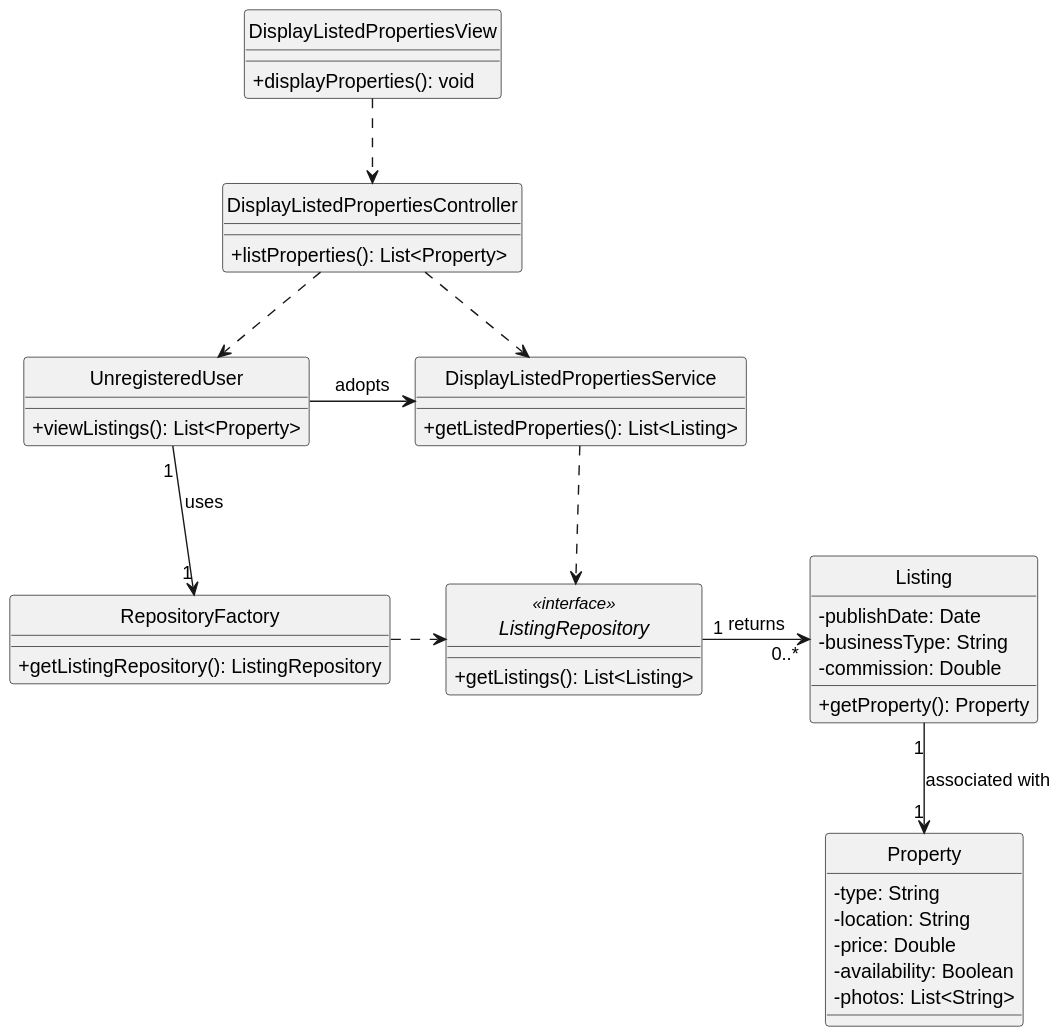
Before: docs/Sprint3/US20/US20-CD.svg, a diagram exported from PlantUML (goncalomaia18/leti-esoft-24-25-A2). The source it was exported from:
```plantuml
@startuml
hide circle
skinparam classAttributeIconSize 0

class DisplayListedPropertiesView {
  +displayProperties(): void
}

class DisplayListedPropertiesController {
  +listProperties(): List<Property>
}

class DisplayListedPropertiesService {
  +getListedProperties(): List<Listing>
}

interface ListingRepository <<interface>> {
  +getListings(): List<Listing>
}

class Property {
  -type: String
  -location: String
  -price: Double
  -availability: Boolean
  -photos: List<String>
}

class Listing {
  -publishDate: Date
  -businessType: String
  -commission: Double
  +getProperty(): Property
}

class UnregisteredUser {
  +viewListings(): List<Property>
}
class RepositoryFactory{
  +getListingRepository(): ListingRepository
}
UnregisteredUser "1" -down-> "1" RepositoryFactory:  uses
UnregisteredUser -> DisplayListedPropertiesService :  adopts
ListingRepository "1" -right-> "0..*" Listing:  returns
DisplayListedPropertiesController ..> UnregisteredUser
DisplayListedPropertiesView ..> DisplayListedPropertiesController
DisplayListedPropertiesController ..> DisplayListedPropertiesService
DisplayListedPropertiesService ..> ListingRepository
Listing "1" --> "1" Property : associated with
RepositoryFactory .right.> ListingRepository
@enduml
```
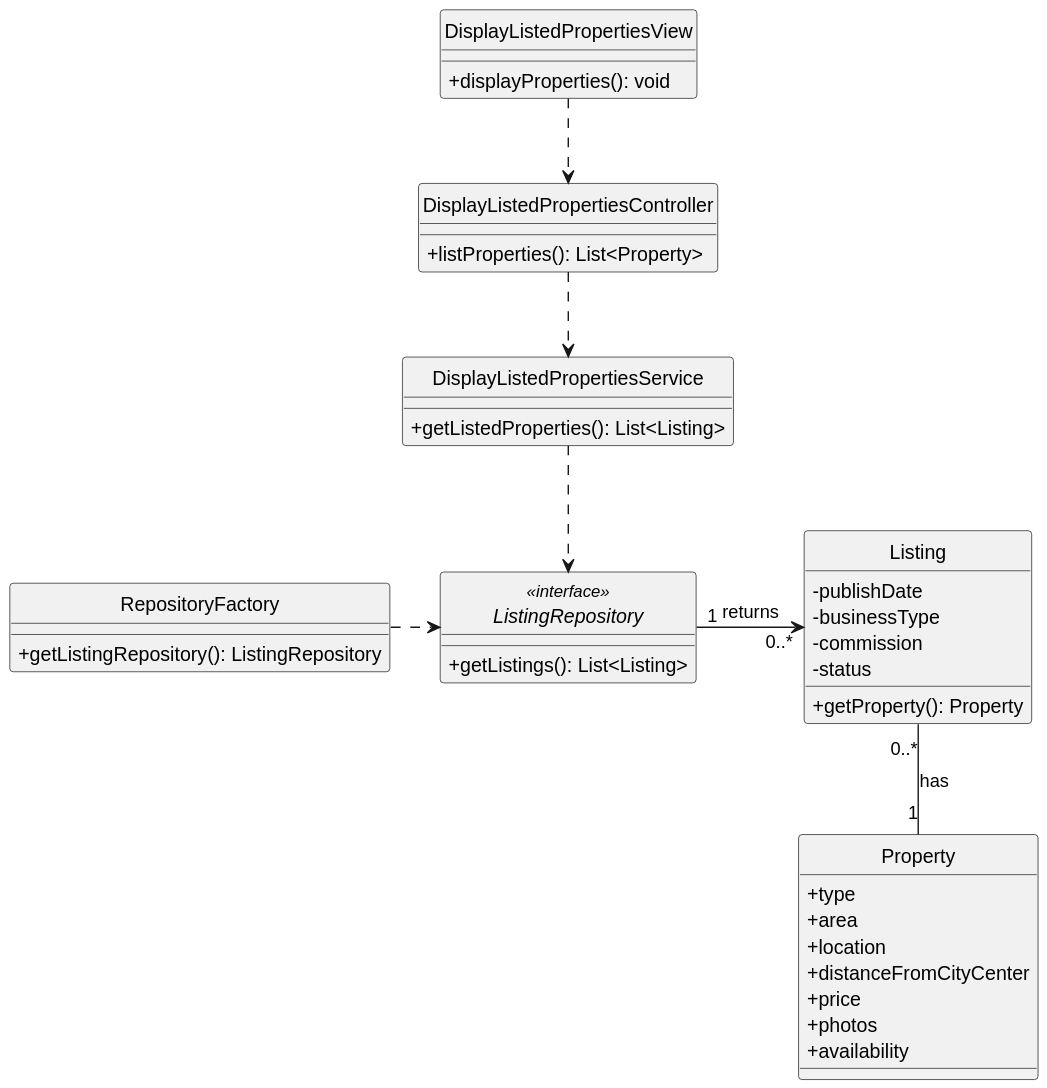
After the change.

Change to the diagram source:
```diff
@@ -18,34 +18,33 @@
   +getListings(): List<Listing>
 }
 
-class Property {
-  -type: String
-  -location: String
-  -price: Double
-  -availability: Boolean
-  -photos: List<String>
-}
 
 class Listing {
-  -publishDate: Date
-  -businessType: String
-  -commission: Double
+  -publishDate
+  -businessType
+  -commission
+  -status
   +getProperty(): Property
 }
 
-class UnregisteredUser {
-  +viewListings(): List<Property>
-}
 class RepositoryFactory{
   +getListingRepository(): ListingRepository
 }
-UnregisteredUser "1" -down-> "1" RepositoryFactory:  uses
-UnregisteredUser -> DisplayListedPropertiesService :  adopts
+class Property {
+    +type
+    +area
+    +location
+    +distanceFromCityCenter
+    +price
+    +photos
+    +availability
+}
+
+
 ListingRepository "1" -right-> "0..*" Listing:  returns
-DisplayListedPropertiesController ..> UnregisteredUser
+Property "1" -up- "0..*" Listing : has
 DisplayListedPropertiesView ..> DisplayListedPropertiesController
 DisplayListedPropertiesController ..> DisplayListedPropertiesService
 DisplayListedPropertiesService ..> ListingRepository
-Listing "1" --> "1" Property : associated with
 RepositoryFactory .right.> ListingRepository
 @enduml
```
